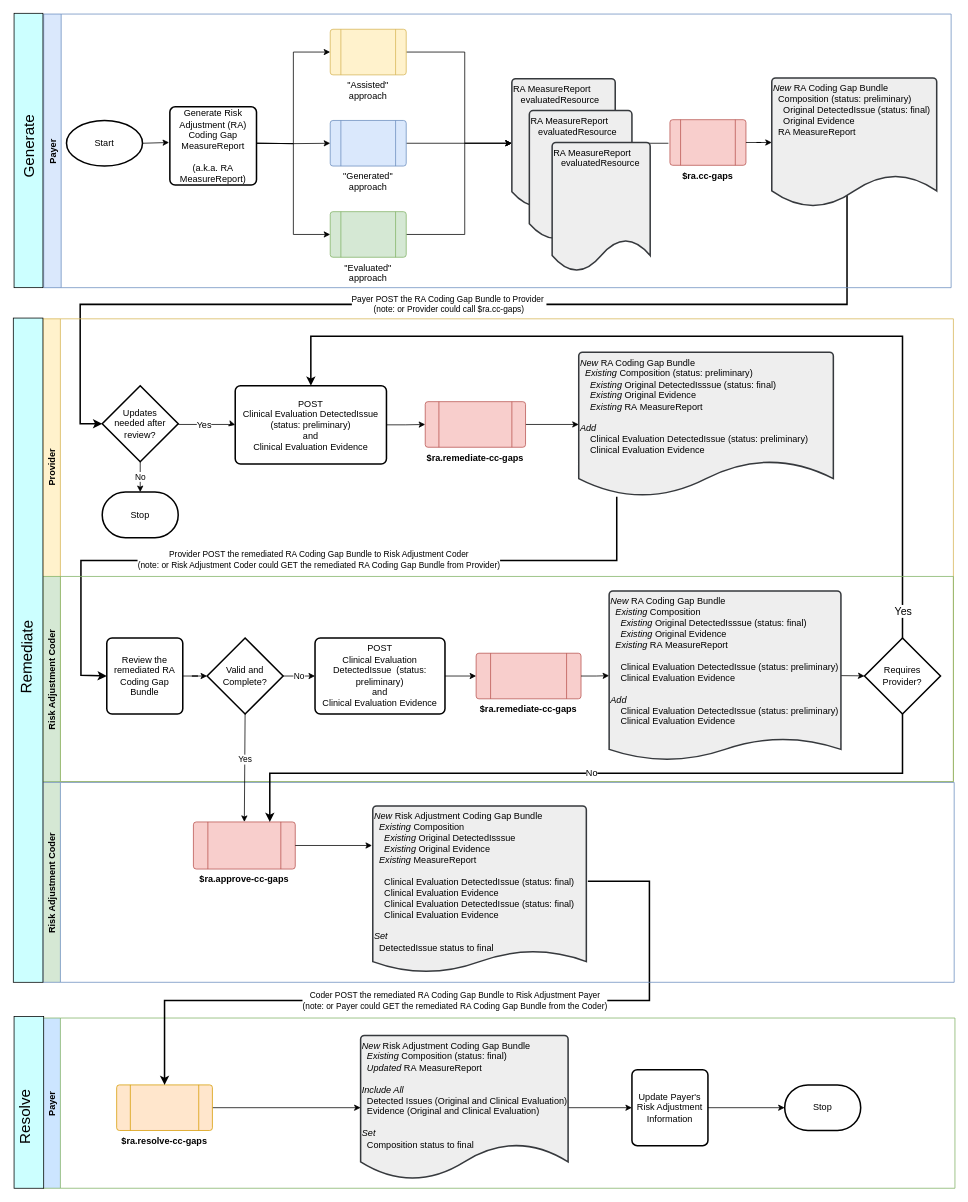
HL7/davinci-ra keeps this draw.io diagram as page "workflow-11-04-2022" (1 of 6) of input/images/Source/Stages.drawio. Above is the earlier version. Source tidied: cells renumbered, new cells numbered last; positions are measured from the earlier drawing's top-left corner, leaving out a move shared by most shapes. Both pictures are drawn from the tidied source at 76%, with x=0, y=0 at pixel (2, 13).
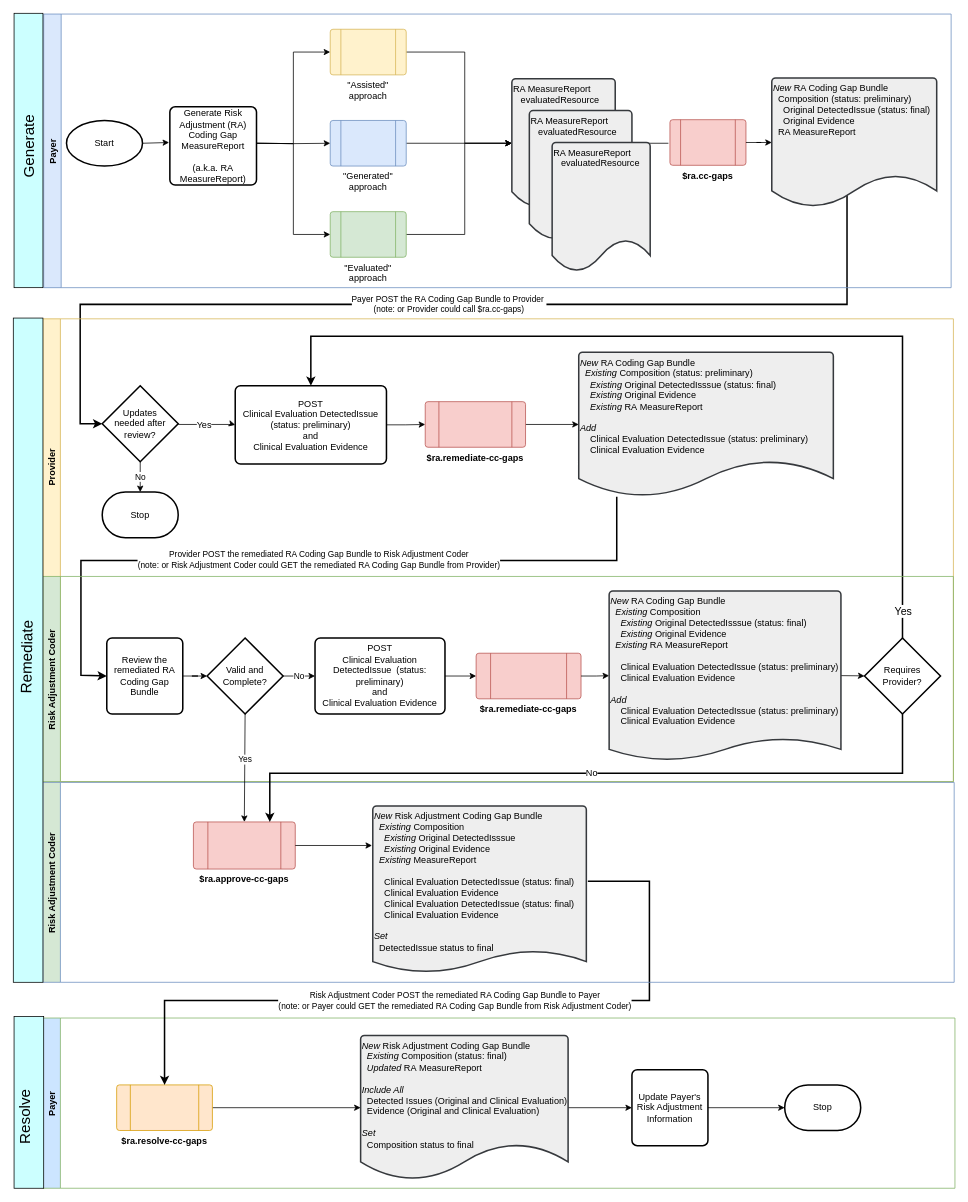
The same page after the edit.

The change refers to these unchanged cells:
```xml
<mxCell id="48" value="Payer" style="swimlane;horizontal=0;fillColor=#CCE5FF;strokeColor=#82b366;" parent="1" vertex="1">
  <mxGeometry x="54" y="1322" width="1200" height="224" as="geometry" />
</mxCell>
<mxCell id="50" value="&lt;b&gt;$ra.resolve-cc-gaps&lt;/b&gt;" style="verticalLabelPosition=bottom;verticalAlign=top;html=1;shape=process;whiteSpace=wrap;rounded=1;size=0.14;arcSize=6;fillColor=#ffe6cc;strokeColor=#d79b00;" parent="48" vertex="1">
  <mxGeometry x="97" y="88" width="126" height="60" as="geometry" />
</mxCell>
```

Diff of the diagram source:
```diff
@@
-    <mxCell id="56" value="Coder POST the remediated RA Coding Gap Bundle to Risk Adjustment Payer&lt;br&gt;(note: or Payer could GET the remediated RA Coding Gap Bundle from the Coder)" style="edgeStyle=orthogonalEdgeStyle;rounded=0;jettySize=auto;html=1;jumpStyle=gap;strokeWidth=2;entryX=0.5;entryY=0;entryDx=0;entryDy=0;" parent="48" edge="1" target="50">
+    <mxCell id="56" value="Risk Adjustment Coder POST the remediated RA Coding Gap Bundle to Payer&lt;br&gt;(note: or Payer could GET the remediated RA Coding Gap Bundle from Risk Adjustment Coder)" style="edgeStyle=orthogonalEdgeStyle;rounded=0;jettySize=auto;html=1;jumpStyle=gap;strokeWidth=2;entryX=0.5;entryY=0;entryDx=0;entryDy=0;" parent="48" edge="1" target="50">
       <mxGeometry relative="1" as="geometry">
         <mxPoint x="717" y="-180" as="sourcePoint" />
         <Array as="points">
           <mxPoint x="798" y="-180" />
           <mxPoint x="798" y="-23" />
           <mxPoint x="160" y="-23" />
         </Array>
       </mxGeometry>
     </mxCell>
```
